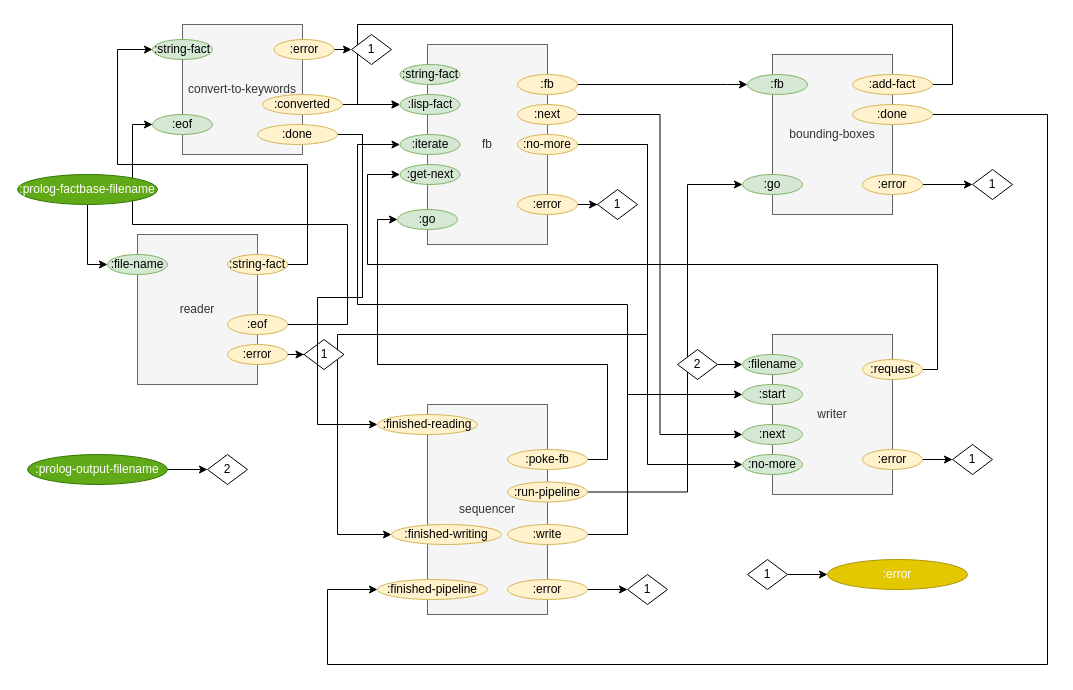
Earlier version of the draw.io diagram page "Compiler Internals" (2 of 7) of svg/cl-compiler/doc/Compiler Internals.drawio (bmfbp/bmfbp). Source tidied: cells renumbered, new cells numbered last; positions are measured from the earlier drawing's top-left corner, leaving out a move shared by most shapes. Both pictures are drawn from the tidied source at 100%, with x=0, y=0 at pixel (17, 24).
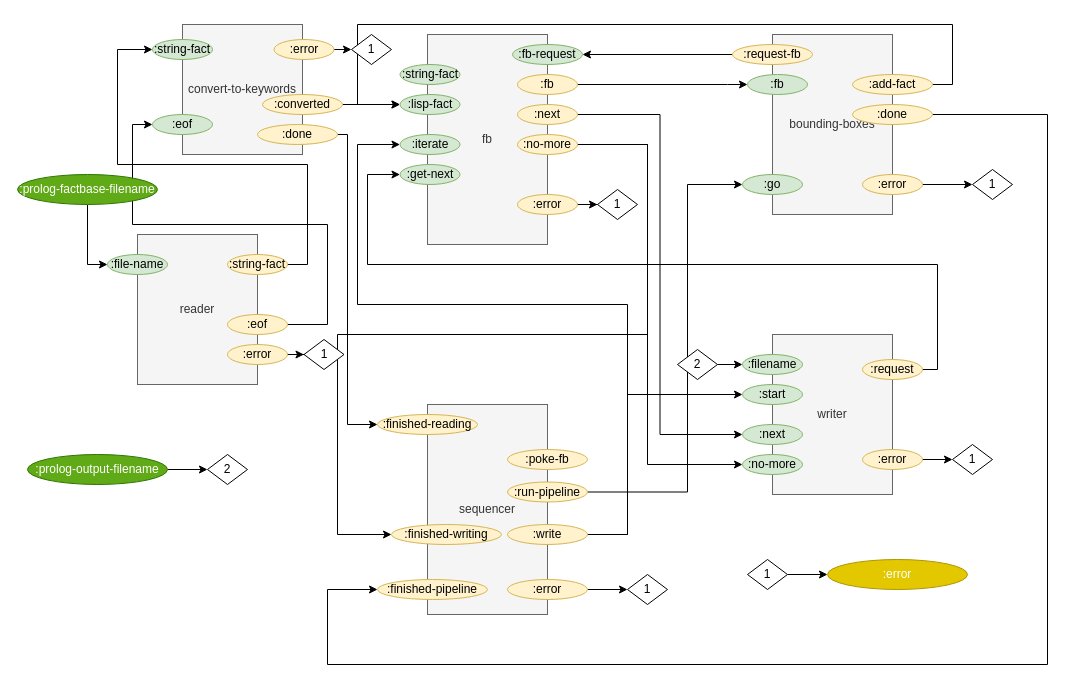
After the change.

Unchanged cells that the change refers to:
```xml
<mxCell id="8" value=":eof" style="ellipse;whiteSpace=wrap;html=1;fillColor=#fff2cc;strokeColor=#d6b656;" parent="1" vertex="1">
  <mxGeometry x="210" y="290" width="60" height="20" as="geometry" />
</mxCell>
<mxCell id="61" value=":poke-fb" style="ellipse;whiteSpace=wrap;html=1;fillColor=#fff2cc;strokeColor=#d6b656;" parent="1" vertex="1">
  <mxGeometry x="490" y="425" width="80" height="20" as="geometry" />
</mxCell>
<mxCell id="74" value=":finished-reading" style="ellipse;whiteSpace=wrap;html=1;fillColor=#fff2cc;strokeColor=#d6b656;" parent="1" vertex="1">
  <mxGeometry x="360" y="390" width="100" height="20" as="geometry" />
</mxCell>
<mxCell id="76" value=":done" style="ellipse;whiteSpace=wrap;html=1;fillColor=#fff2cc;strokeColor=#d6b656;" parent="1" vertex="1">
  <mxGeometry x="240" y="100" width="80" height="20" as="geometry" />
</mxCell>
<mxCell id="77" value=":eof" style="ellipse;whiteSpace=wrap;html=1;fillColor=#d5e8d4;strokeColor=#82b366;" parent="1" vertex="1">
  <mxGeometry x="135" y="90" width="60" height="20" as="geometry" />
</mxCell>
```

Change to the diagram source:
```diff
@@
     <mxCell id="3" value="fb" style="rounded=0;whiteSpace=wrap;html=1;fillColor=#f5f5f5;strokeColor=#666666;fontColor=#333333;" parent="1" vertex="1">
-      <mxGeometry x="410" y="20" width="120" height="200" as="geometry" />
+      <mxGeometry x="410" y="10" width="120" height="210" as="geometry" />
     </mxCell>
@@
     <mxCell id="7" style="edgeStyle=orthogonalEdgeStyle;rounded=0;jettySize=auto;html=1;exitX=1;exitY=0.5;exitDx=0;exitDy=0;entryX=0;entryY=0.5;entryDx=0;entryDy=0;" parent="1" edge="1" source="8" target="77">
       <mxGeometry relative="1" as="geometry">
         <Array as="points">
-          <mxPoint x="330" y="300" />
-          <mxPoint x="330" y="200" />
+          <mxPoint x="310" y="300" />
+          <mxPoint x="310" y="200" />
           <mxPoint x="115" y="200" />
           <mxPoint x="115" y="100" />
         </Array>
       </mxGeometry>
     </mxCell>
@@
     <mxCell id="43" value="bounding-boxes" style="rounded=0;whiteSpace=wrap;html=1;fillColor=#f5f5f5;strokeColor=#666666;fontColor=#333333;" parent="1" vertex="1">
-      <mxGeometry x="755" y="30" width="120" height="160" as="geometry" />
+      <mxGeometry x="755" y="10" width="120" height="180" as="geometry" />
     </mxCell>
@@
-    <mxCell id="60" style="edgeStyle=orthogonalEdgeStyle;rounded=0;jettySize=auto;html=1;exitX=1;exitY=0.5;exitDx=0;exitDy=0;entryX=0;entryY=0.5;entryDx=0;entryDy=0;" parent="1" edge="1" source="61" target="73">
-      <mxGeometry relative="1" as="geometry">
-        <Array as="points">
-          <mxPoint x="590" y="435" />
-          <mxPoint x="590" y="340" />
-          <mxPoint x="360" y="340" />
-          <mxPoint x="360" y="195" />
-        </Array>
-      </mxGeometry>
-    </mxCell>
@@
-    <mxCell id="73" value=":go" style="ellipse;whiteSpace=wrap;html=1;fillColor=#d5e8d4;strokeColor=#82b366;" parent="1" vertex="1">
-      <mxGeometry x="380" y="185" width="60" height="20" as="geometry" />
-    </mxCell>
@@
     <mxCell id="75" style="edgeStyle=orthogonalEdgeStyle;rounded=0;jettySize=auto;html=1;exitX=1;exitY=0.5;exitDx=0;exitDy=0;entryX=0;entryY=0.5;entryDx=0;entryDy=0;" parent="1" edge="1" source="76" target="74">
       <mxGeometry relative="1" as="geometry">
         <Array as="points">
-          <mxPoint x="345" y="110" />
-          <mxPoint x="345" y="273" />
-          <mxPoint x="300" y="273" />
-          <mxPoint x="300" y="400" />
+          <mxPoint x="330" y="110" />
+          <mxPoint x="330" y="400" />
         </Array>
       </mxGeometry>
     </mxCell>
@@
+    <mxCell id="81" style="edgeStyle=orthogonalEdgeStyle;rounded=0;jettySize=auto;html=1;exitX=0;exitY=0.5;exitDx=0;exitDy=0;entryX=1;entryY=0.5;entryDx=0;entryDy=0;" parent="1" edge="1" source="82" target="83">
+      <mxGeometry relative="1" as="geometry" />
+    </mxCell>
+    <mxCell id="82" value=":request-fb" style="ellipse;whiteSpace=wrap;html=1;fillColor=#fff2cc;strokeColor=#d6b656;" parent="1" vertex="1">
+      <mxGeometry x="715" y="20" width="80" height="20" as="geometry" />
+    </mxCell>
+    <mxCell id="83" value=":fb-request" style="ellipse;whiteSpace=wrap;html=1;fillColor=#d5e8d4;strokeColor=#82b366;" parent="1" vertex="1">
+      <mxGeometry x="495" y="20" width="70" height="20" as="geometry" />
+    </mxCell>
```
